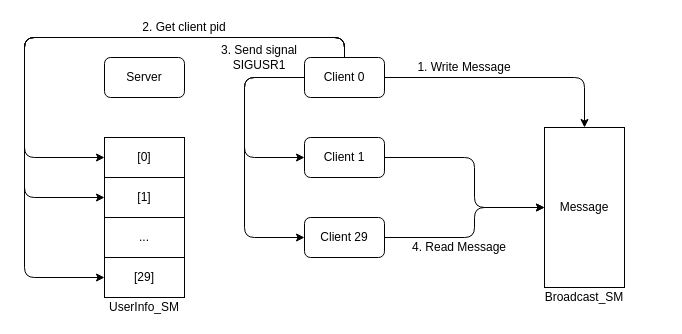
Earlier version of the draw.io diagram page "Yell" (3 of 4) of doc/np_multi_proc.drawio (LJP-TW/NP_RWGd). Source tidied: cells renumbered, new cells numbered last; positions are measured from the earlier drawing's top-left corner, leaving out a move shared by most shapes. Both pictures are drawn from the tidied source at 100%, with x=0, y=0 at pixel (24, 17).
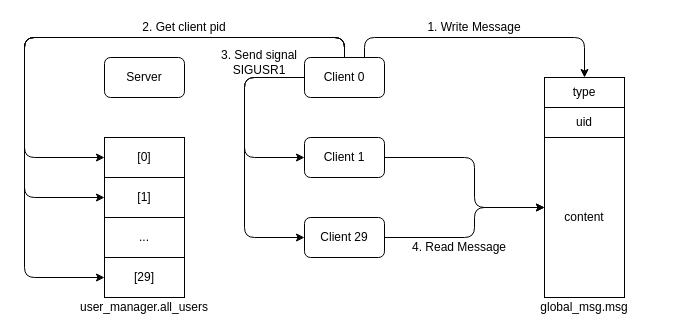
The same page after the edit.

The change refers to these unchanged cells:
```xml
<mxCell id="9" value="Client 0" style="rounded=1;whiteSpace=wrap;html=1;glass=0;sketch=0;" parent="1" vertex="1">
  <mxGeometry x="280" y="40" width="80" height="40" as="geometry" />
</mxCell>
```

Change to the diagram source:
```diff
@@
-    <mxCell id="4" value="UserInfo_SM" style="text;html=1;strokeColor=none;fillColor=none;align=center;verticalAlign=middle;whiteSpace=wrap;rounded=0;glass=0;sketch=0;" parent="1" vertex="1">
-      <mxGeometry x="80" y="280" width="80" height="20" as="geometry" />
-    </mxCell>
@@
     <mxCell id="13" value="3. Send signal SIGUSR1" style="text;html=1;strokeColor=none;fillColor=none;align=center;verticalAlign=middle;whiteSpace=wrap;rounded=0;glass=0;sketch=0;" parent="1" vertex="1">
-      <mxGeometry x="190" y="30" width="90" height="20" as="geometry" />
+      <mxGeometry x="190" y="30" width="90" height="30" as="geometry" />
     </mxCell>
-    <mxCell id="14" value="Message" style="rounded=0;whiteSpace=wrap;html=1;glass=0;sketch=0;" parent="1" vertex="1">
-      <mxGeometry x="520" y="110" width="80" height="160" as="geometry" />
-    </mxCell>
-    <mxCell id="15" value="Broadcast_SM" style="text;html=1;strokeColor=none;fillColor=none;align=center;verticalAlign=middle;whiteSpace=wrap;rounded=0;glass=0;sketch=0;" parent="1" vertex="1">
-      <mxGeometry x="520" y="270" width="80" height="20" as="geometry" />
-    </mxCell>
-    <mxCell id="16" style="endArrow=classic;html=1;exitX=1;exitY=0.5;exitDx=0;exitDy=0;entryX=0.5;entryY=0;entryDx=0;entryDy=0;edgeStyle=orthogonalEdgeStyle;" parent="1" edge="1" source="9" target="14">
+    <mxCell id="16" style="endArrow=classic;html=1;exitX=0.75;exitY=0;exitDx=0;exitDy=0;entryX=0.5;entryY=0;entryDx=0;entryDy=0;edgeStyle=orthogonalEdgeStyle;" parent="1" edge="1" source="9" target="29">
       <mxGeometry relative="1" as="geometry">
         <Array as="points">
-          <mxPoint x="560" y="60" />
+          <mxPoint x="340" y="20" />
+          <mxPoint x="560" y="20" />
         </Array>
       </mxGeometry>
     </mxCell>
     <mxCell id="17" value="1. Write Message" style="text;html=1;strokeColor=none;fillColor=none;align=center;verticalAlign=middle;whiteSpace=wrap;rounded=0;glass=0;sketch=0;" parent="1" vertex="1">
-      <mxGeometry x="360" y="40" width="160" height="20" as="geometry" />
+      <mxGeometry x="340" width="220" height="20" as="geometry" />
     </mxCell>
@@
+    <mxCell id="26" value="user_manager.all_users" style="text;html=1;strokeColor=none;fillColor=none;align=center;verticalAlign=middle;whiteSpace=wrap;rounded=0;glass=0;sketch=0;" parent="1" vertex="1">
+      <mxGeometry x="40" y="280" width="160" height="20" as="geometry" />
+    </mxCell>
+    <mxCell id="27" value="content" style="rounded=0;whiteSpace=wrap;html=1;glass=0;sketch=0;" parent="1" vertex="1">
+      <mxGeometry x="520" y="120" width="80" height="160" as="geometry" />
+    </mxCell>
+    <mxCell id="28" value="uid" style="rounded=0;whiteSpace=wrap;html=1;glass=0;sketch=0;" parent="1" vertex="1">
+      <mxGeometry x="520" y="90" width="80" height="30" as="geometry" />
+    </mxCell>
+    <mxCell id="29" value="type" style="rounded=0;whiteSpace=wrap;html=1;glass=0;sketch=0;" parent="1" vertex="1">
+      <mxGeometry x="520" y="60" width="80" height="30" as="geometry" />
+    </mxCell>
+    <mxCell id="30" value="global_msg.msg" style="text;html=1;strokeColor=none;fillColor=none;align=center;verticalAlign=middle;whiteSpace=wrap;rounded=0;glass=0;sketch=0;" parent="1" vertex="1">
+      <mxGeometry x="480" y="280" width="160" height="20" as="geometry" />
+    </mxCell>
```
